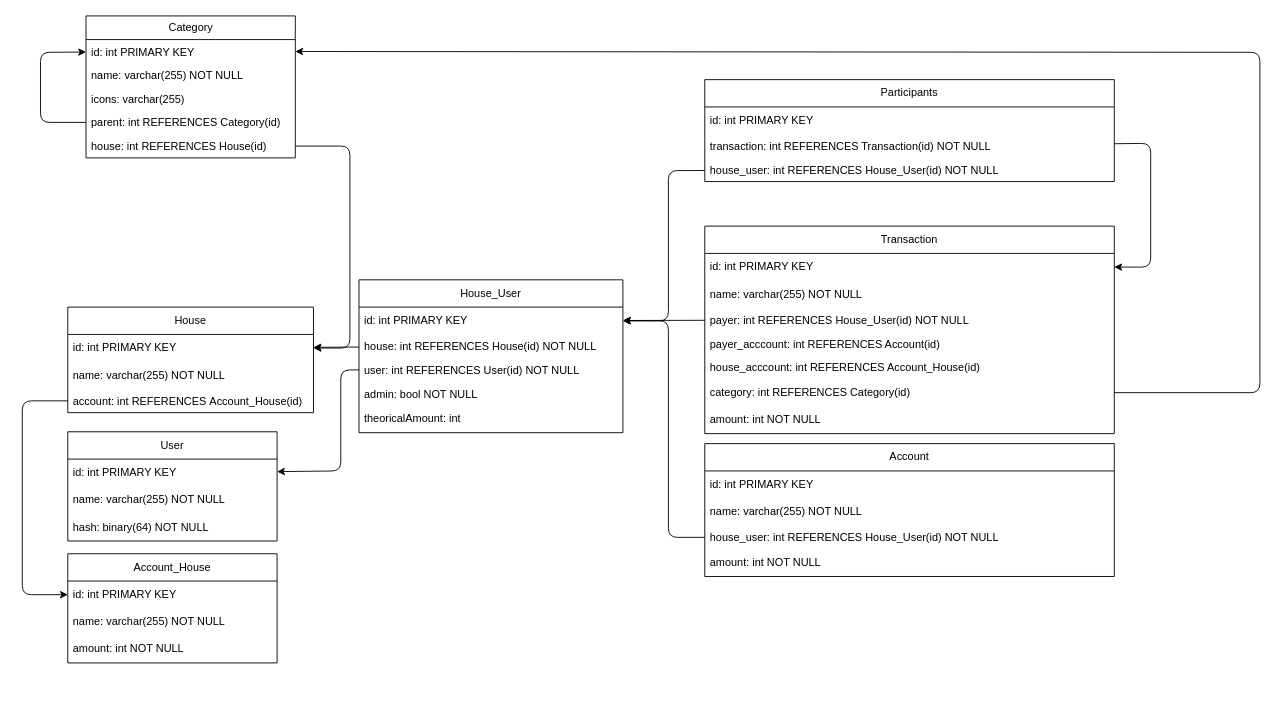
Rombond/budgestify keeps this draw.io diagram as docs/tables.drawio. Above is the earlier version. Source tidied: cells renumbered, new cells numbered last; positions are measured from the earlier drawing's top-left corner, leaving out a move shared by most shapes. Both pictures are drawn from the tidied source at 91%, with x=0, y=0 at pixel (22, 15).
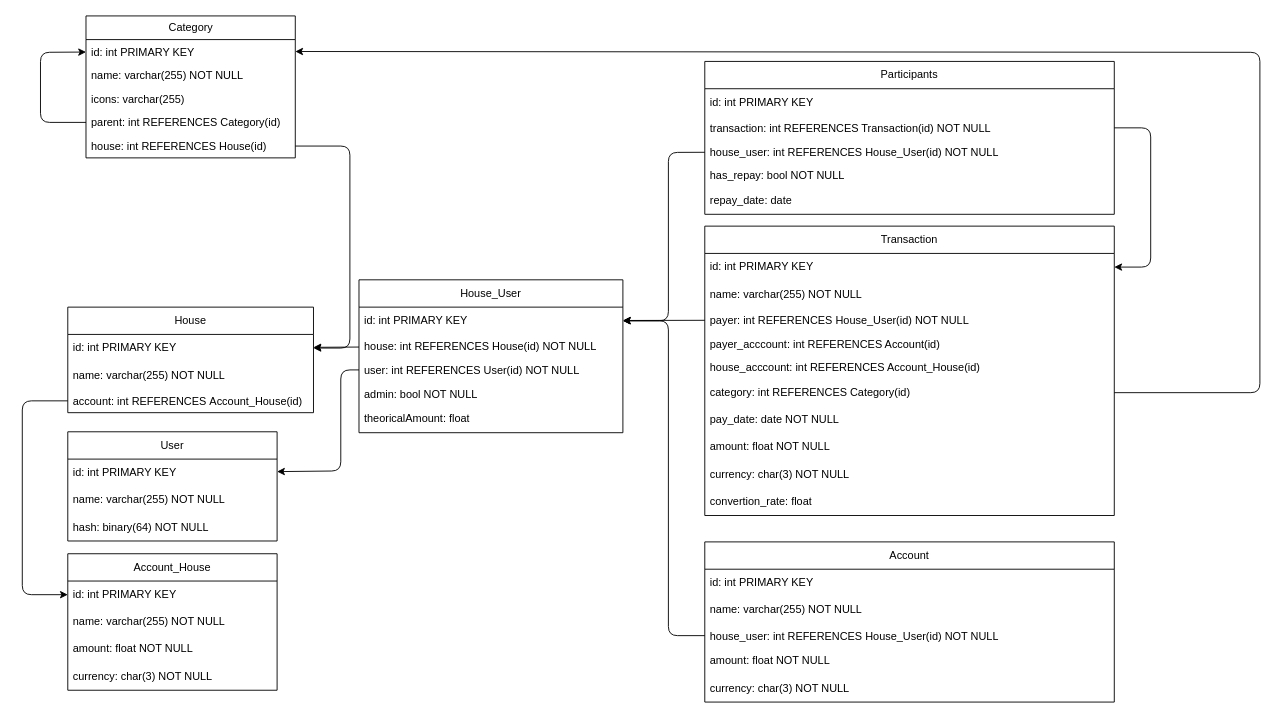
After the change.

The change refers to these unchanged cells:
```xml
<mxCell id="17" value="House_User" style="swimlane;fontStyle=0;horizontal=1;startSize=30;whiteSpace=wrap;html=1;" parent="1" vertex="1">
  <mxGeometry x="370" y="290" width="290" height="168" as="geometry" />
</mxCell>
<mxCell id="18" value="id: int PRIMARY KEY" style="text;strokeColor=none;fillColor=none;align=left;verticalAlign=middle;spacingLeft=4;spacingRight=4;overflow=hidden;points=[[0,0.5],[1,0.5]];portConstraint=eastwest;whiteSpace=wrap;html=1;" parent="17" vertex="1">
  <mxGeometry y="30" width="290" height="30" as="geometry" />
</mxCell>
<mxCell id="26" value="id: int PRIMARY KEY" style="text;strokeColor=none;fillColor=none;align=left;verticalAlign=middle;spacingLeft=4;spacingRight=4;overflow=hidden;points=[[0,0.5],[1,0.5]];portConstraint=eastwest;whiteSpace=wrap;html=1;" parent="25" vertex="1">
  <mxGeometry y="30" width="450" height="30" as="geometry" />
</mxCell>
<mxCell id="36" value="transaction: int REFERENCES Transaction(id) NOT NULL" style="text;strokeColor=none;fillColor=none;align=left;verticalAlign=top;spacingLeft=4;spacingRight=4;overflow=hidden;points=[[0,0.5],[1,0.5]];portConstraint=eastwest;whiteSpace=wrap;html=1;" parent="34" vertex="1">
  <mxGeometry y="60" width="450" height="26" as="geometry" />
</mxCell>
<mxCell id="37" value="house_user: int REFERENCES House_User(id) NOT NULL" style="text;strokeColor=none;fillColor=none;align=left;verticalAlign=top;spacingLeft=4;spacingRight=4;overflow=hidden;points=[[0,0.5],[1,0.5]];portConstraint=eastwest;whiteSpace=wrap;html=1;" parent="34" vertex="1">
  <mxGeometry y="86" width="450" height="26" as="geometry" />
</mxCell>
<mxCell id="42" value="house_user: int REFERENCES House_User(id) NOT NULL" style="text;strokeColor=none;fillColor=none;align=left;verticalAlign=top;spacingLeft=4;spacingRight=4;overflow=hidden;points=[[0,0.5],[1,0.5]];portConstraint=eastwest;whiteSpace=wrap;html=1;" parent="39" vertex="1">
  <mxGeometry y="90" width="450" height="26" as="geometry" />
</mxCell>
```

Diff of the diagram source:
```diff
@@
-    <mxCell id="22" value="theoricalAmount: int" style="text;strokeColor=none;fillColor=none;align=left;verticalAlign=middle;spacingLeft=4;spacingRight=4;overflow=hidden;whiteSpace=wrap;html=1;" parent="17" vertex="1">
+    <mxCell id="22" value="theoricalAmount: float" style="text;strokeColor=none;fillColor=none;align=left;verticalAlign=middle;spacingLeft=4;spacingRight=4;overflow=hidden;whiteSpace=wrap;html=1;" parent="17" vertex="1">
       <mxGeometry y="138" width="290" height="30" as="geometry" />
     </mxCell>
@@
     <mxCell id="25" value="Transaction" style="swimlane;fontStyle=0;horizontal=1;startSize=30;whiteSpace=wrap;html=1;" parent="1" vertex="1">
-      <mxGeometry x="750" y="231" width="450" height="228" as="geometry" />
+      <mxGeometry x="750" y="231" width="450" height="318" as="geometry" />
     </mxCell>
@@
+    <mxCell id="53" value="pay_date: date NOT NULL" style="text;strokeColor=none;fillColor=none;align=left;verticalAlign=middle;spacingLeft=4;spacingRight=4;overflow=hidden;whiteSpace=wrap;html=1;" parent="25" vertex="1">
+      <mxGeometry y="198" width="450" height="30" as="geometry" />
+    </mxCell>
-    <mxCell id="32" value="amount: int NOT NULL" style="text;strokeColor=none;fillColor=none;align=left;verticalAlign=middle;spacingLeft=4;spacingRight=4;overflow=hidden;whiteSpace=wrap;html=1;" parent="25" vertex="1">
-      <mxGeometry y="198" width="450" height="30" as="geometry" />
+    <mxCell id="32" value="amount: float NOT NULL" style="text;strokeColor=none;fillColor=none;align=left;verticalAlign=middle;spacingLeft=4;spacingRight=4;overflow=hidden;whiteSpace=wrap;html=1;" parent="25" vertex="1">
+      <mxGeometry y="228" width="450" height="30" as="geometry" />
     </mxCell>
+    <mxCell id="54" value="currency: char(3) NOT NULL" style="text;strokeColor=none;fillColor=none;align=left;verticalAlign=middle;spacingLeft=4;spacingRight=4;overflow=hidden;whiteSpace=wrap;html=1;" parent="25" vertex="1">
+      <mxGeometry y="258" width="450" height="30" as="geometry" />
+    </mxCell>
+    <mxCell id="55" value="convertion_rate: float" style="text;strokeColor=none;fillColor=none;align=left;verticalAlign=middle;spacingLeft=4;spacingRight=4;overflow=hidden;whiteSpace=wrap;html=1;" parent="25" vertex="1">
+      <mxGeometry y="288" width="450" height="30" as="geometry" />
+    </mxCell>
@@
     <mxCell id="34" value="Participants" style="swimlane;fontStyle=0;horizontal=1;startSize=30;whiteSpace=wrap;html=1;" parent="1" vertex="1">
-      <mxGeometry x="750" y="70" width="450" height="112" as="geometry" />
+      <mxGeometry x="750" y="50" width="450" height="168" as="geometry" />
     </mxCell>
@@
+    <mxCell id="56" value="has_repay: bool NOT NULL" style="text;strokeColor=none;fillColor=none;align=left;verticalAlign=top;spacingLeft=4;spacingRight=4;overflow=hidden;whiteSpace=wrap;html=1;" parent="34" vertex="1">
+      <mxGeometry y="112" width="450" height="26" as="geometry" />
+    </mxCell>
+    <mxCell id="57" value="repay_date: date" style="text;strokeColor=none;fillColor=none;align=left;verticalAlign=middle;spacingLeft=4;spacingRight=4;overflow=hidden;whiteSpace=wrap;html=1;" parent="34" vertex="1">
+      <mxGeometry y="138" width="450" height="30" as="geometry" />
+    </mxCell>
     <mxCell id="38" style="endArrow=classic;html=1;" parent="1" edge="1" source="36" target="26">
       <mxGeometry relative="1" as="geometry">
         <Array as="points">
-          <mxPoint x="1240" y="140" />
+          <mxPoint x="1240" y="123" />
           <mxPoint x="1240" y="276" />
         </Array>
       </mxGeometry>
     </mxCell>
     <mxCell id="39" value="Account" style="swimlane;fontStyle=0;horizontal=1;startSize=30;whiteSpace=wrap;html=1;" parent="1" vertex="1">
-      <mxGeometry x="750" y="470" width="450" height="146" as="geometry" />
+      <mxGeometry x="750" y="578" width="450" height="176" as="geometry" />
     </mxCell>
@@
-    <mxCell id="43" value="amount: int NOT NULL" style="text;strokeColor=none;fillColor=none;align=left;verticalAlign=middle;spacingLeft=4;spacingRight=4;overflow=hidden;whiteSpace=wrap;html=1;" parent="39" vertex="1">
+    <mxCell id="43" value="amount: float NOT NULL" style="text;strokeColor=none;fillColor=none;align=left;verticalAlign=middle;spacingLeft=4;spacingRight=4;overflow=hidden;whiteSpace=wrap;html=1;" parent="39" vertex="1">
       <mxGeometry y="116" width="450" height="30" as="geometry" />
     </mxCell>
+    <mxCell id="58" value="currency: char(3) NOT NULL" style="text;strokeColor=none;fillColor=none;align=left;verticalAlign=middle;spacingLeft=4;spacingRight=4;overflow=hidden;whiteSpace=wrap;html=1;" parent="39" vertex="1">
+      <mxGeometry y="146" width="450" height="30" as="geometry" />
+    </mxCell>
     <mxCell id="44" style="endArrow=classic;html=1;" parent="1" edge="1" source="42" target="18">
       <mxGeometry relative="1" as="geometry">
         <Array as="points">
-          <mxPoint x="710" y="573" />
+          <mxPoint x="710" y="681" />
           <mxPoint x="710" y="335" />
         </Array>
       </mxGeometry>
     </mxCell>
@@
     <mxCell id="46" style="endArrow=classic;html=1;" parent="1" edge="1" source="37" target="18">
       <mxGeometry relative="1" as="geometry">
         <Array as="points">
-          <mxPoint x="710" y="170" />
+          <mxPoint x="710" y="150" />
           <mxPoint x="710" y="335" />
         </Array>
       </mxGeometry>
     </mxCell>
     <mxCell id="47" value="Account_House" style="swimlane;fontStyle=0;horizontal=1;startSize=30;whiteSpace=wrap;html=1;" parent="1" vertex="1">
-      <mxGeometry x="50" y="591" width="230" height="120" as="geometry" />
+      <mxGeometry x="50" y="591" width="230" height="150" as="geometry" />
     </mxCell>
@@
-    <mxCell id="50" value="amount: int NOT NULL" style="text;strokeColor=none;fillColor=none;align=left;verticalAlign=middle;spacingLeft=4;spacingRight=4;overflow=hidden;whiteSpace=wrap;html=1;" parent="47" vertex="1">
+    <mxCell id="50" value="amount: float NOT NULL" style="text;strokeColor=none;fillColor=none;align=left;verticalAlign=middle;spacingLeft=4;spacingRight=4;overflow=hidden;whiteSpace=wrap;html=1;" parent="47" vertex="1">
       <mxGeometry y="90" width="230" height="30" as="geometry" />
     </mxCell>
+    <mxCell id="59" value="currency: char(3) NOT NULL" style="text;strokeColor=none;fillColor=none;align=left;verticalAlign=middle;spacingLeft=4;spacingRight=4;overflow=hidden;whiteSpace=wrap;html=1;" parent="47" vertex="1">
+      <mxGeometry y="120" width="230" height="30" as="geometry" />
+    </mxCell>
```
